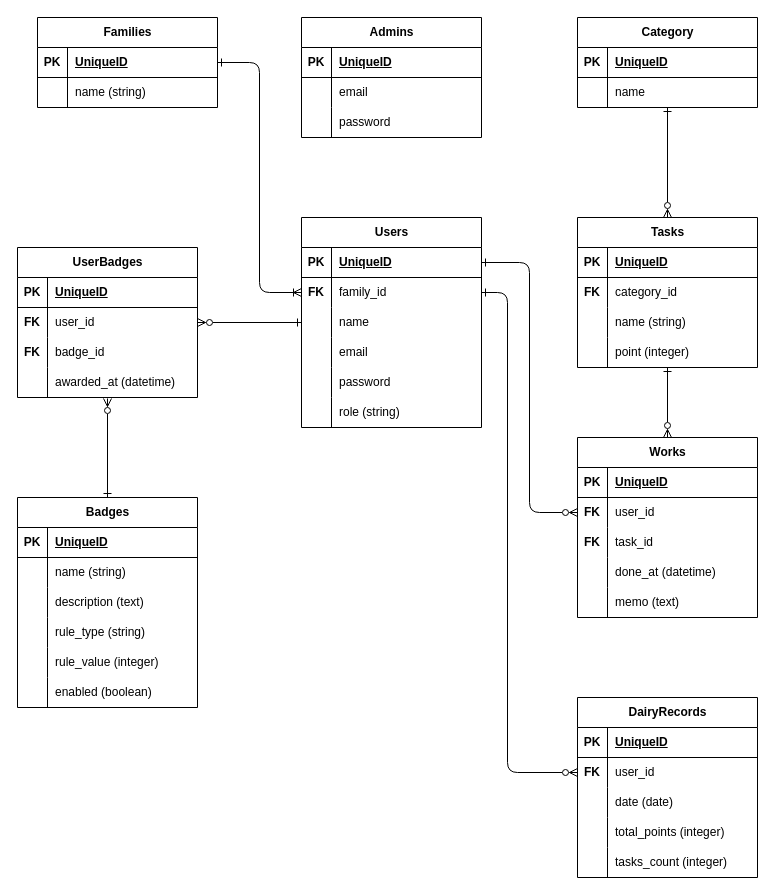
The draw.io diagram KazokuQuest.drawio in keeeeSB/KazokuQuest, before the edit. Source tidied: cells renumbered, new cells numbered last; positions are measured from the earlier drawing's top-left corner, leaving out a move shared by most shapes. Both pictures are drawn from the tidied source at 100%, with x=0, y=0 at pixel (17, 17).
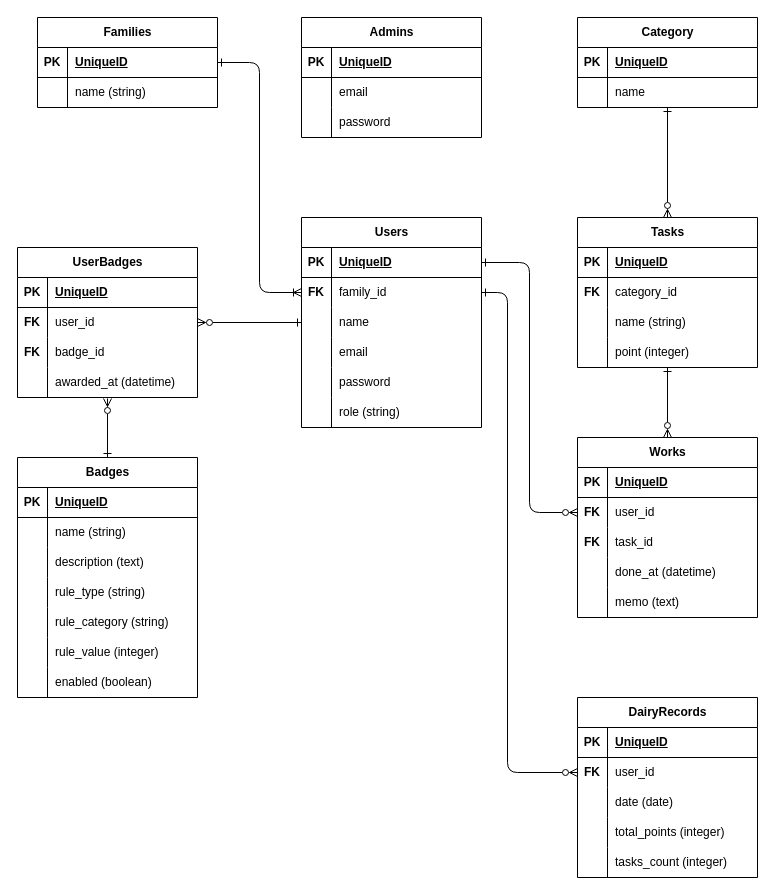
The same page after the edit.

Commit message (it also covers changes not shown here):
:rule_categoryの設定

Change to the diagram source:
```diff
@@
     <mxCell id="85" value="Badges" style="shape=table;startSize=30;childLayout=tableLayout;rowLines=0;fontStyle=1;align=center;html=1;" parent="1" vertex="1">
-      <mxGeometry y="480" width="180" height="210" as="geometry" />
+      <mxGeometry y="440" width="180" height="240" as="geometry" />
     </mxCell>
@@
+    <mxCell id="129" style="shape=tableRow;horizontal=0;startSize=0;swimlaneHead=0;swimlaneBody=0;fillColor=none;top=0;left=0;right=0;bottom=0;" parent="85" vertex="1">
+      <mxGeometry y="150" width="180" height="30" as="geometry" />
+    </mxCell>
+    <mxCell id="130" style="shape=partialRectangle;fillColor=none;top=0;left=0;bottom=0;right=0;overflow=hidden;whiteSpace=wrap;html=1;" parent="129" vertex="1">
+      <mxGeometry width="30" height="30" as="geometry" />
+    </mxCell>
+    <mxCell id="131" value="rule_category (string)" style="shape=partialRectangle;fillColor=none;top=0;left=0;bottom=0;right=0;align=left;spacingLeft=6;overflow=hidden;whiteSpace=wrap;html=1;" parent="129" vertex="1">
+      <mxGeometry x="30" width="150" height="30" as="geometry" />
+    </mxCell>
     <mxCell id="98" style="shape=tableRow;horizontal=0;startSize=0;swimlaneHead=0;swimlaneBody=0;fillColor=none;top=0;left=0;right=0;bottom=0;" parent="85" vertex="1">
-      <mxGeometry y="150" width="180" height="30" as="geometry" />
+      <mxGeometry y="180" width="180" height="30" as="geometry" />
     </mxCell>
@@
     <mxCell id="101" style="shape=tableRow;horizontal=0;startSize=0;swimlaneHead=0;swimlaneBody=0;fillColor=none;top=0;left=0;right=0;bottom=0;" parent="85" vertex="1">
-      <mxGeometry y="180" width="180" height="30" as="geometry" />
+      <mxGeometry y="210" width="180" height="30" as="geometry" />
     </mxCell>
```
